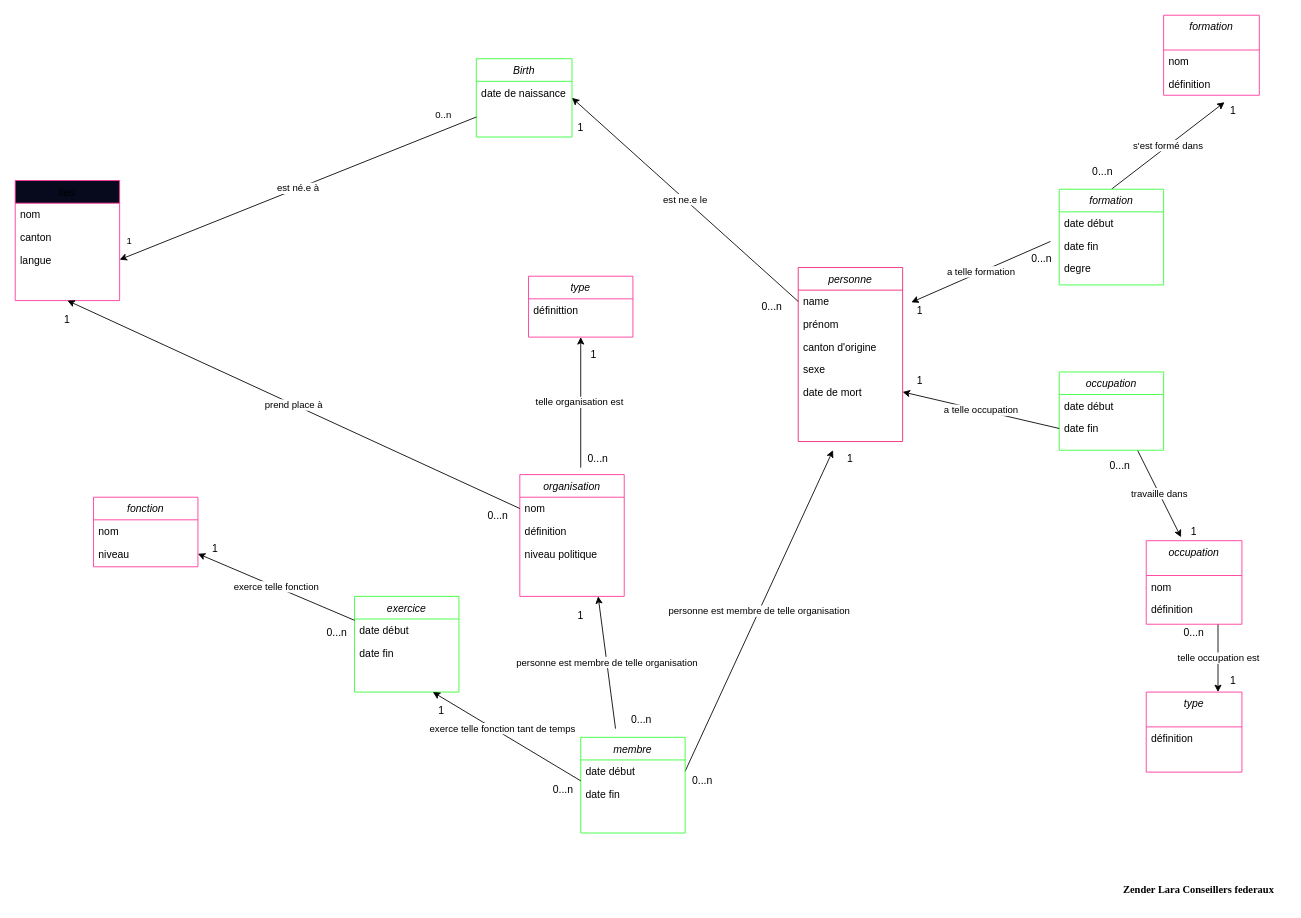
Before: MCD_to_database_conseil_federal.drawio in Sciences-historiques-numeriques/std_conseil_federal, a draw.io diagram. Source tidied: cells renumbered, new cells numbered last; positions are measured from the earlier drawing's top-left corner, leaving out a move shared by most shapes. Both pictures are drawn from the tidied source at 87%, with x=0, y=0 at pixel (15, 15).
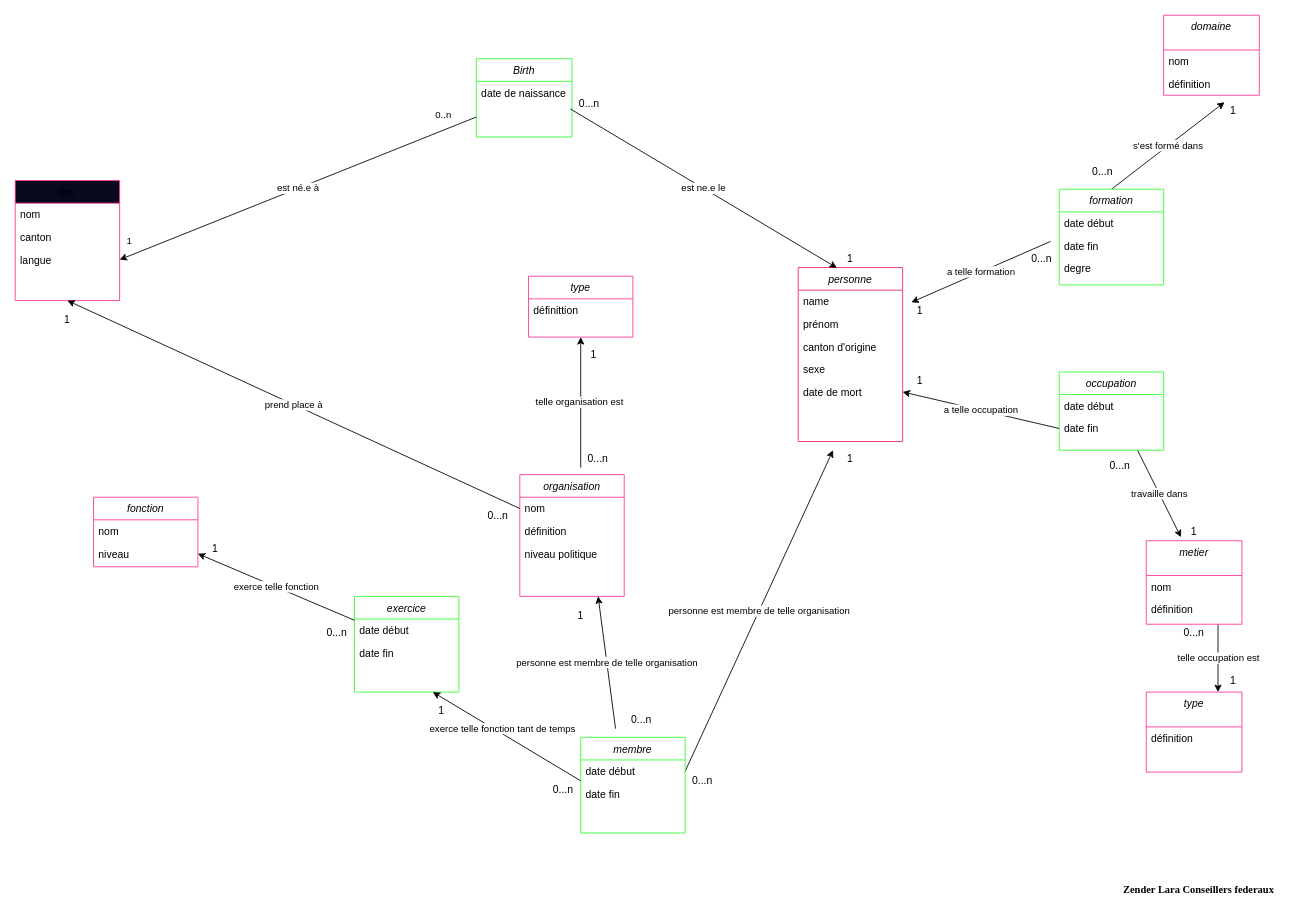
After the change.

Unchanged cells that the change refers to:
```xml
<mxCell id="3" value="personne" style="swimlane;fontStyle=2;align=center;verticalAlign=top;horizontal=1;startSize=26;rounded=0;shadow=0;strokeWidth=1;strokeColor=#F02274;" parent="1" vertex="1">
  <mxGeometry x="900" y="290" width="120" height="200" as="geometry" />
</mxCell>
<mxCell id="4" value="name" style="text;align=left;verticalAlign=top;spacingLeft=4;spacingRight=4;overflow=hidden;points=[[0,0.5],[1,0.5]];portConstraint=eastwest;" parent="3" vertex="1">
  <mxGeometry y="26" width="120" height="26" as="geometry" />
</mxCell>
<mxCell id="10" value="Birth" style="swimlane;fontStyle=2;align=center;verticalAlign=top;horizontal=1;startSize=26;rounded=0;shadow=0;strokeWidth=1;strokeColor=#33FF33;" parent="1" vertex="1">
  <mxGeometry x="530" y="50" width="110" height="90" as="geometry" />
</mxCell>
<mxCell id="11" value="date de naissance" style="text;align=left;verticalAlign=top;spacingLeft=4;spacingRight=4;overflow=hidden;points=[[0,0.5],[1,0.5]];portConstraint=eastwest;" parent="10" vertex="1">
  <mxGeometry y="26" width="110" height="26" as="geometry" />
</mxCell>
```

Change to the diagram source:
```diff
@@
-    <mxCell id="20" value="formation" style="swimlane;fontStyle=2;align=center;verticalAlign=top;horizontal=1;startSize=40;rounded=0;shadow=0;strokeWidth=1;strokeColor=#FF3399;" parent="1" vertex="1">
+    <mxCell id="20" value="domaine" style="swimlane;fontStyle=2;align=center;verticalAlign=top;horizontal=1;startSize=40;rounded=0;shadow=0;strokeWidth=1;strokeColor=#FF3399;" parent="1" vertex="1">
       <mxGeometry x="1320" width="110" height="92" as="geometry" />
     </mxCell>
@@
-    <mxCell id="34" value="est ne.e le" style="edgeStyle=none;html=1;exitX=0;exitY=0.5;exitDx=0;exitDy=0;entryX=1;entryY=0.5;entryDx=0;entryDy=0;" parent="1" edge="1" source="4" target="10">
-      <mxGeometry relative="1" as="geometry" />
-    </mxCell>
@@
     <mxCell id="49" value="0...n" style="text;strokeColor=none;align=center;fillColor=none;html=1;verticalAlign=middle;whiteSpace=wrap;rounded=0;" parent="1" vertex="1">
-      <mxGeometry x="850" y="325" width="40" height="20" as="geometry" />
+      <mxGeometry x="640" y="92" width="40" height="20" as="geometry" />
     </mxCell>
     <mxCell id="50" value="1" style="text;strokeColor=none;align=center;fillColor=none;html=1;verticalAlign=middle;whiteSpace=wrap;rounded=0;" parent="1" vertex="1">
-      <mxGeometry x="630" y="120" width="40" height="20" as="geometry" />
+      <mxGeometry x="940" y="270" width="40" height="20" as="geometry" />
     </mxCell>
@@
-    <mxCell id="71" value="occupation" style="swimlane;fontStyle=2;align=center;verticalAlign=top;horizontal=1;startSize=40;rounded=0;shadow=0;strokeWidth=1;strokeColor=#FF3399;" parent="1" vertex="1">
+    <mxCell id="71" value="metier" style="swimlane;fontStyle=2;align=center;verticalAlign=top;horizontal=1;startSize=40;rounded=0;shadow=0;strokeWidth=1;strokeColor=#FF3399;" parent="1" vertex="1">
       <mxGeometry x="1300" y="604" width="110" height="96" as="geometry" />
     </mxCell>
@@
+    <mxCell id="34" value="est ne.e le" style="edgeStyle=none;html=1;exitX=0.981;exitY=1.217;exitDx=0;exitDy=0;entryX=0.371;entryY=0.002;entryDx=0;entryDy=0;entryPerimeter=0;exitPerimeter=0;" parent="1" edge="1" source="11" target="3">
+      <mxGeometry relative="1" as="geometry" />
+    </mxCell>
```
